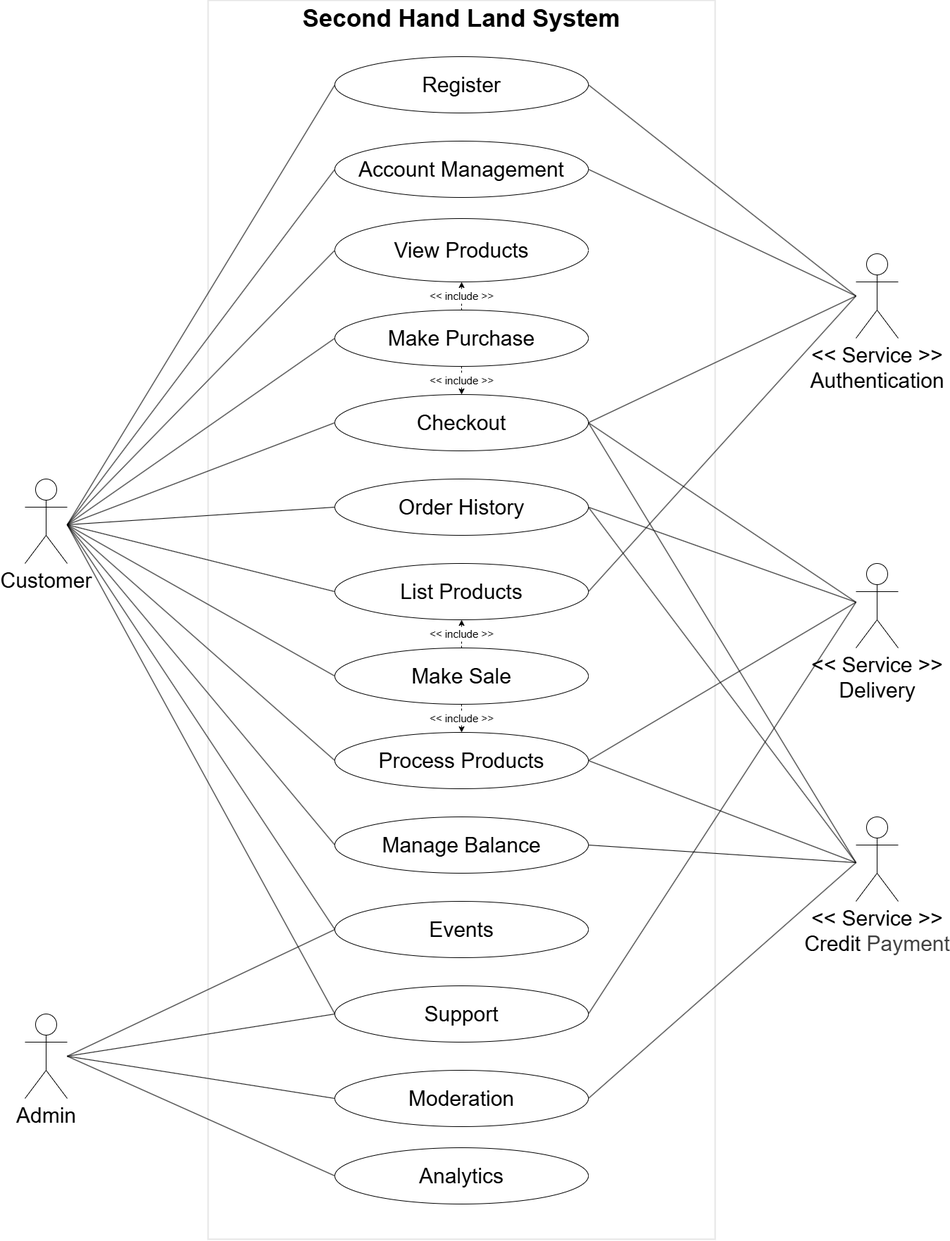
This is docs/usecases/system/system.drawio.png from Thu-sunrise/cloud_computing, a draw.io export, as it was before one commit. Source tidied: cells renumbered, new cells last; positions are measured from the earlier drawing's top-left corner, leaving out a move shared by most shapes.
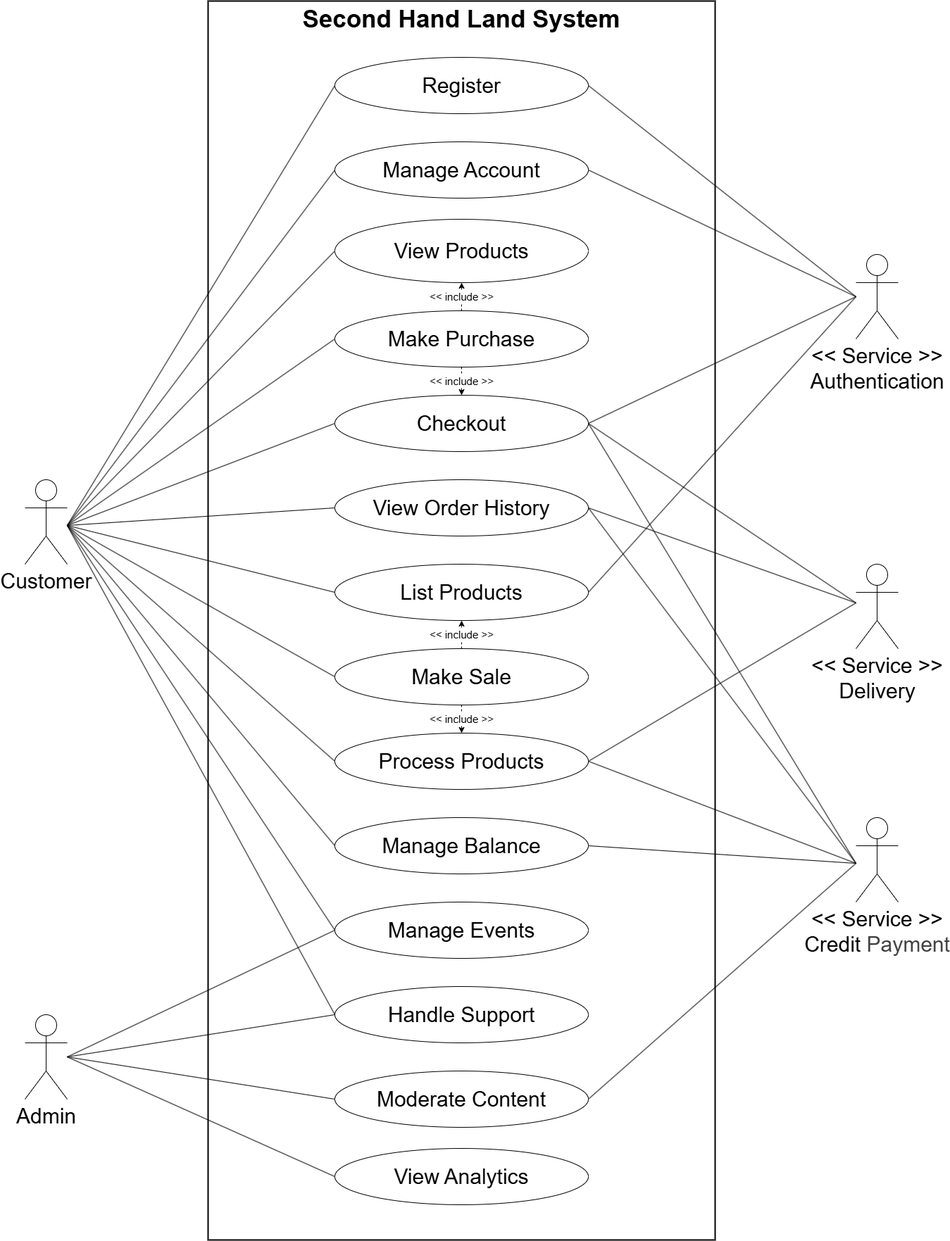
After the commit.

Change to the diagram source:
```diff
@@ -14,7 +14,7 @@
     <mxCell id="5" style="rounded=0;whiteSpace=wrap;html=1;shadow=1;opacity=0;fontSize=30;" parent="1" vertex="1">
       <mxGeometry x="1180" y="1160" width="60" height="130" as="geometry" />
     </mxCell>
-    <mxCell id="6" style="rounded=0;whiteSpace=wrap;html=1;strokeWidth=2;fontSize=20;opacity=10;" parent="1" vertex="1">
+    <mxCell id="6" style="rounded=0;whiteSpace=wrap;html=1;strokeWidth=2;fontSize=20;" parent="1" vertex="1">
       <mxGeometry x="260" width="720" height="1760" as="geometry" />
     </mxCell>
     <mxCell id="7" style="rounded=0;whiteSpace=wrap;html=1;shadow=1;opacity=0;fontSize=30;" parent="1" vertex="1">
@@ -50,7 +50,7 @@
     <mxCell id="17" value="&lt;div&gt;&amp;lt;&amp;lt; Service &amp;gt;&amp;gt;&lt;/div&gt;Credit&amp;nbsp;&lt;span style=&quot;color: rgb(63, 63, 63); background-color: transparent;&quot;&gt;Payment&lt;/span&gt;" style="shape=umlActor;verticalLabelPosition=bottom;verticalAlign=top;html=1;fontSize=30;" parent="1" vertex="1">
       <mxGeometry x="1180" y="1160" width="60" height="120" as="geometry" />
     </mxCell>
-    <mxCell id="18" value="Events" style="ellipse;whiteSpace=wrap;html=1;fontSize=30;" parent="1" vertex="1">
+    <mxCell id="18" value="Manage Events" style="ellipse;whiteSpace=wrap;html=1;fontSize=30;" parent="1" vertex="1">
       <mxGeometry x="440" y="1280" width="360" height="80" as="geometry" />
     </mxCell>
     <mxCell id="19" value="List Products" style="ellipse;whiteSpace=wrap;html=1;fontSize=30;" parent="1" vertex="1">
@@ -68,19 +68,19 @@
     <mxCell id="23" value="&amp;lt;&amp;lt; include &amp;gt;&amp;gt;" style="endArrow=classic;html=1;exitX=0.5;exitY=1;exitDx=0;exitDy=0;entryX=0.5;entryY=0;entryDx=0;entryDy=0;dashed=1;fontSize=15;" parent="1" edge="1" source="21" target="20">
       <mxGeometry relative="1" as="geometry" />
     </mxCell>
-    <mxCell id="24" value="Account Management" style="ellipse;whiteSpace=wrap;html=1;fontSize=30;" parent="1" vertex="1">
+    <mxCell id="24" value="Manage Account" style="ellipse;whiteSpace=wrap;html=1;fontSize=30;" parent="1" vertex="1">
       <mxGeometry x="440" y="200" width="360" height="80" as="geometry" />
     </mxCell>
-    <mxCell id="25" value="Order History" style="ellipse;whiteSpace=wrap;html=1;fontSize=30;" parent="1" vertex="1">
+    <mxCell id="25" value="View Order History" style="ellipse;whiteSpace=wrap;html=1;fontSize=30;" parent="1" vertex="1">
       <mxGeometry x="440" y="680" width="360" height="80" as="geometry" />
     </mxCell>
-    <mxCell id="26" value="Support" style="ellipse;whiteSpace=wrap;html=1;fontSize=30;" parent="1" vertex="1">
+    <mxCell id="26" value="Handle Support" style="ellipse;whiteSpace=wrap;html=1;fontSize=30;" parent="1" vertex="1">
       <mxGeometry x="440" y="1400" width="360" height="80" as="geometry" />
     </mxCell>
-    <mxCell id="27" value="Moderation" style="ellipse;whiteSpace=wrap;html=1;fontSize=30;" parent="1" vertex="1">
+    <mxCell id="27" value="Moderate Content" style="ellipse;whiteSpace=wrap;html=1;fontSize=30;" parent="1" vertex="1">
       <mxGeometry x="440" y="1520" width="360" height="80" as="geometry" />
     </mxCell>
-    <mxCell id="28" value="Analytics" style="ellipse;whiteSpace=wrap;html=1;fontSize=30;" parent="1" vertex="1">
+    <mxCell id="28" value="View Analytics" style="ellipse;whiteSpace=wrap;html=1;fontSize=30;" parent="1" vertex="1">
       <mxGeometry x="440" y="1630" width="360" height="80" as="geometry" />
     </mxCell>
     <mxCell id="29" value="Admin" style="shape=umlActor;verticalLabelPosition=bottom;verticalAlign=top;html=1;fontSize=30;" parent="1" vertex="1">
@@ -149,9 +149,6 @@
     <mxCell id="50" style="endArrow=none;html=1;exitX=1;exitY=0.5;exitDx=0;exitDy=0;entryX=0;entryY=0.5;entryDx=0;entryDy=0;fontSize=30;" parent="1" edge="1" source="20" target="2">
       <mxGeometry relative="1" as="geometry" />
     </mxCell>
-    <mxCell id="51" style="endArrow=none;html=1;exitX=1;exitY=0.5;exitDx=0;exitDy=0;entryX=0;entryY=0.5;entryDx=0;entryDy=0;fontSize=30;" parent="1" edge="1" source="26" target="2">
-      <mxGeometry relative="1" as="geometry" />
-    </mxCell>
     <mxCell id="52" style="endArrow=none;html=1;exitX=1;exitY=0.5;exitDx=0;exitDy=0;entryX=0;entryY=0.5;entryDx=0;entryDy=0;fontSize=30;" parent="1" edge="1" source="20" target="5">
       <mxGeometry relative="1" as="geometry" />
     </mxCell>
```
